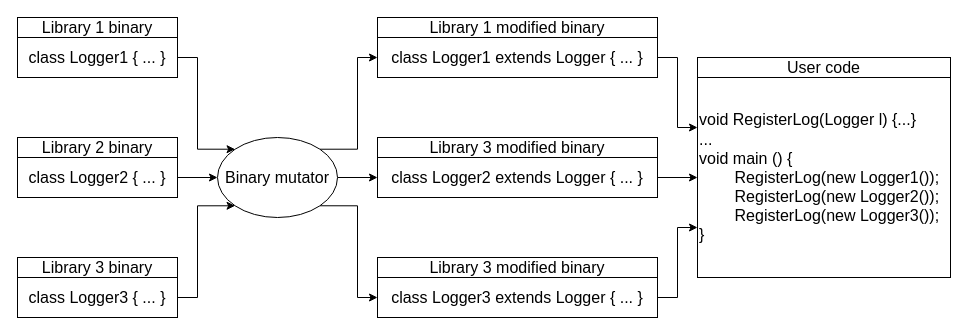
Earlier version of the draw.io diagram images/interoperability_example.drawio (kostr2010/Magister-Thesis). Source tidied: cells renumbered, new cells numbered last; positions are measured from the earlier drawing's top-left corner, leaving out a move shared by most shapes. Both pictures are drawn from the tidied source at 100%, with x=0, y=0 at pixel (17, 17).
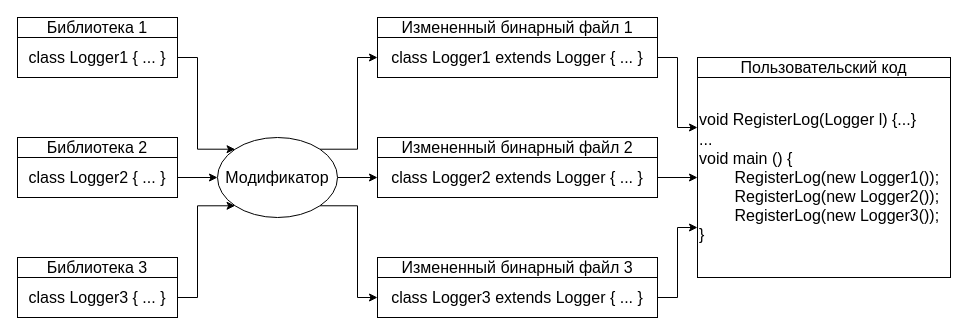
The same diagram, later.

The edit, as a diff of the source:
```diff
@@
-    <mxCell id="9" value="&lt;font style=&quot;font-size: 16px;&quot;&gt;Library 1 binary&lt;/font&gt;" style="rounded=0;whiteSpace=wrap;html=1;" parent="1" vertex="1">
+    <mxCell id="9" value="&lt;font style=&quot;font-size: 16px;&quot;&gt;Библиотека 1&lt;/font&gt;" style="rounded=0;whiteSpace=wrap;html=1;" parent="1" vertex="1">
       <mxGeometry width="160" height="20" as="geometry" />
     </mxCell>
-    <mxCell id="10" value="&lt;font style=&quot;font-size: 16px;&quot;&gt;Library 2&amp;nbsp;&lt;/font&gt;&lt;span style=&quot;font-size: 16px;&quot;&gt;binary&lt;/span&gt;" style="rounded=0;whiteSpace=wrap;html=1;" parent="1" vertex="1">
+    <mxCell id="10" value="&lt;span style=&quot;font-size: 16px;&quot;&gt;Библиотека 2&lt;/span&gt;" style="rounded=0;whiteSpace=wrap;html=1;" parent="1" vertex="1">
       <mxGeometry y="120" width="160" height="20" as="geometry" />
     </mxCell>
-    <mxCell id="11" value="&lt;font style=&quot;font-size: 16px;&quot;&gt;Library 3&amp;nbsp;&lt;/font&gt;&lt;span style=&quot;font-size: 16px;&quot;&gt;binary&lt;/span&gt;" style="rounded=0;whiteSpace=wrap;html=1;" parent="1" vertex="1">
+    <mxCell id="11" value="&lt;span style=&quot;font-size: 16px;&quot;&gt;Библиотека 3&lt;/span&gt;" style="rounded=0;whiteSpace=wrap;html=1;" parent="1" vertex="1">
       <mxGeometry y="240" width="160" height="20" as="geometry" />
     </mxCell>
@@
-    <mxCell id="15" value="&lt;div&gt;&lt;span style=&quot;font-size: 16px;&quot;&gt;Binary mutator&lt;/span&gt;&lt;/div&gt;" style="ellipse;whiteSpace=wrap;html=1;" parent="1" vertex="1">
+    <mxCell id="15" value="&lt;div&gt;&lt;span style=&quot;font-size: 16px;&quot;&gt;Модификатор&lt;/span&gt;&lt;/div&gt;" style="ellipse;whiteSpace=wrap;html=1;" parent="1" vertex="1">
       <mxGeometry x="200" y="120" width="120" height="80" as="geometry" />
     </mxCell>
@@
-    <mxCell id="22" value="&lt;font style=&quot;font-size: 16px;&quot;&gt;Library 1 modified binary&lt;/font&gt;" style="rounded=0;whiteSpace=wrap;html=1;" parent="1" vertex="1">
+    <mxCell id="22" value="&lt;span style=&quot;font-size: 16px;&quot;&gt;Измененный бинарный файл 1&lt;/span&gt;" style="rounded=0;whiteSpace=wrap;html=1;" parent="1" vertex="1">
       <mxGeometry x="360" width="280" height="20" as="geometry" />
     </mxCell>
-    <mxCell id="23" value="&lt;font style=&quot;font-size: 16px;&quot;&gt;Library 3 modified binary&lt;/font&gt;" style="rounded=0;whiteSpace=wrap;html=1;" parent="1" vertex="1">
+    <mxCell id="23" value="&lt;font style=&quot;font-size: 16px;&quot;&gt;Измененный бинарный файл 2&lt;/font&gt;" style="rounded=0;whiteSpace=wrap;html=1;" parent="1" vertex="1">
       <mxGeometry x="360" y="120" width="280" height="20" as="geometry" />
     </mxCell>
-    <mxCell id="24" value="&lt;font style=&quot;font-size: 16px;&quot;&gt;Library 3 modified binary&lt;/font&gt;" style="rounded=0;whiteSpace=wrap;html=1;" parent="1" vertex="1">
+    <mxCell id="24" value="&lt;span style=&quot;font-size: 16px;&quot;&gt;Измененный бинарный файл 3&lt;/span&gt;" style="rounded=0;whiteSpace=wrap;html=1;" parent="1" vertex="1">
       <mxGeometry x="360" y="240" width="280" height="20" as="geometry" />
     </mxCell>
-    <mxCell id="25" value="&lt;font style=&quot;font-size: 16px;&quot;&gt;User code&lt;/font&gt;" style="rounded=0;whiteSpace=wrap;html=1;" parent="1" vertex="1">
+    <mxCell id="25" value="&lt;font style=&quot;font-size: 16px;&quot;&gt;Пользовательский код&lt;/font&gt;" style="rounded=0;whiteSpace=wrap;html=1;" parent="1" vertex="1">
       <mxGeometry x="680" y="40" width="253" height="20" as="geometry" />
     </mxCell>
```
